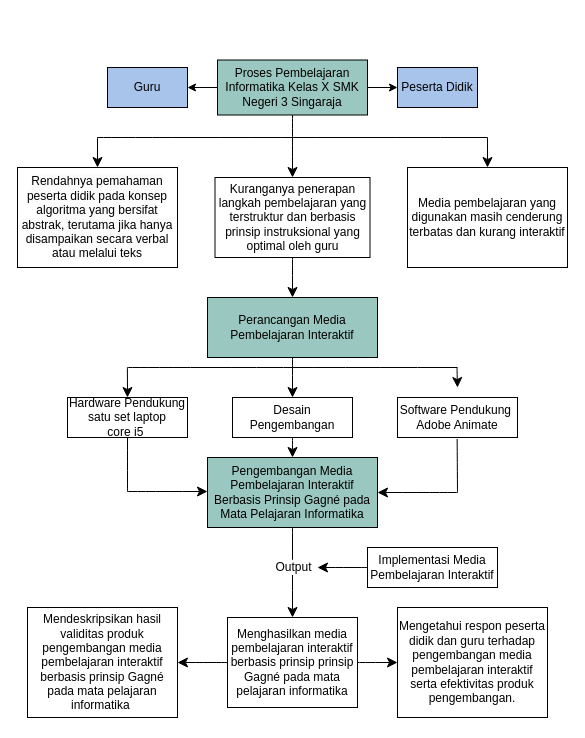
The draw.io diagram Untitled Diagram.drawio in ayutresna/ayutresna.github.io, before the edit. Source tidied: cells renumbered, new cells numbered last; positions are measured from the earlier drawing's top-left corner, leaving out a move shared by most shapes. Both pictures are drawn from the tidied source at 100%, with x=0, y=0 at pixel (17, 59).
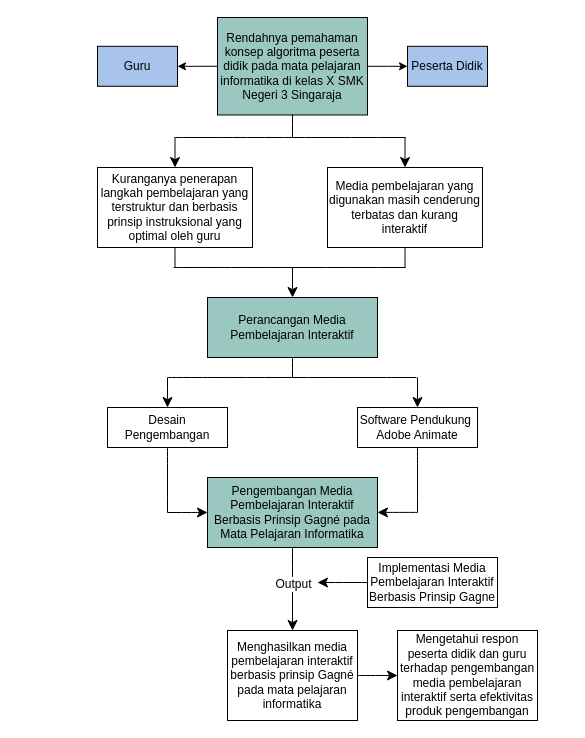
Above is the later version.

The change refers to these unchanged cells:
```xml
<mxCell id="17" value="Perancangan Media Pembelajaran Interaktif" style="rounded=0;whiteSpace=wrap;html=1;fillColor=#9AC7BF;" parent="1" vertex="1">
  <mxGeometry x="190" y="238" width="170" height="60" as="geometry" />
</mxCell>
```

Change to the diagram source:
```diff
@@
     <mxCell id="2" value="Guru" style="rounded=0;whiteSpace=wrap;html=1;glass=0;fillColor=#A9C4EB;" parent="1" vertex="1">
-      <mxGeometry x="90" y="8" width="80" height="40" as="geometry" />
+      <mxGeometry x="80" y="-13.2" width="80" height="40" as="geometry" />
     </mxCell>
@@
-    <mxCell id="5" style="edgeStyle=none;curved=1;rounded=0;jettySize=auto;html=1;entryX=0.5;entryY=0;entryDx=0;entryDy=0;fontSize=12;startSize=8;endSize=8;" parent="1" edge="1" source="6" target="10">
-      <mxGeometry relative="1" as="geometry" />
-    </mxCell>
-    <mxCell id="6" value="Proses Pembelajaran Informatika Kelas X SMK Negeri 3 Singaraja" style="rounded=0;whiteSpace=wrap;html=1;fillColor=#9AC7BF;" parent="1" vertex="1">
-      <mxGeometry x="200" y="0.5" width="150" height="55" as="geometry" />
+    <mxCell id="6" value="Rendahnya pemahaman konsep algoritma peserta didik pada mata pelajaran informatika di kelas X SMK Negeri 3 Singaraja" style="rounded=0;whiteSpace=wrap;html=1;fillColor=#9AC7BF;" parent="1" vertex="1">
+      <mxGeometry x="200" y="-42" width="150" height="97.5" as="geometry" />
     </mxCell>
     <mxCell id="7" value="Peserta Didik" style="rounded=0;whiteSpace=wrap;html=1;gradientColor=none;gradientDirection=east;fillStyle=auto;fillColor=#A9C4EB;" parent="1" vertex="1">
-      <mxGeometry x="380" y="8" width="80" height="40" as="geometry" />
+      <mxGeometry x="390" y="-13.2" width="80" height="40" as="geometry" />
     </mxCell>
-    <mxCell id="8" value="&lt;span style=&quot;color: rgb(0, 0, 0); font-family: Helvetica; font-size: 12px; font-style: normal; font-variant-ligatures: normal; font-variant-caps: normal; font-weight: 400; letter-spacing: normal; orphans: 2; text-align: center; text-indent: 0px; text-transform: none; widows: 2; word-spacing: 0px; -webkit-text-stroke-width: 0px; white-space: normal; background-color: rgb(251, 251, 251); text-decoration-thickness: initial; text-decoration-style: initial; text-decoration-color: initial; display: inline !important; float: none;&quot;&gt;Rendahnya pemahaman peserta didik pada konsep algoritma yang bersifat abstrak, terutama jika hanya disampaikan secara verbal atau melalui teks&lt;/span&gt;" style="rounded=0;whiteSpace=wrap;html=1;" parent="1" vertex="1">
-      <mxGeometry y="108" width="160" height="100" as="geometry" />
-    </mxCell>
-    <mxCell id="9" style="edgeStyle=none;curved=1;rounded=0;jettySize=auto;html=1;fontSize=12;startSize=8;endSize=8;" parent="1" edge="1" source="10" target="17">
-      <mxGeometry relative="1" as="geometry" />
-    </mxCell>
+    <mxCell id="39" style="edgeStyle=none;curved=1;rounded=0;jettySize=auto;html=1;fontSize=12;startSize=8;endSize=8;endArrow=none;endFill=0;startArrow=classic;startFill=1;" parent="1" edge="1" source="10">
+      <mxGeometry relative="1" as="geometry">
+        <mxPoint x="157.5" y="78" as="targetPoint" />
+      </mxGeometry>
+    </mxCell>
+    <mxCell id="40" style="edgeStyle=none;curved=1;rounded=0;jettySize=auto;html=1;fontSize=12;startSize=8;endSize=8;endArrow=none;endFill=0;" parent="1" edge="1" source="10">
+      <mxGeometry relative="1" as="geometry">
+        <mxPoint x="157.5" y="208" as="targetPoint" />
+      </mxGeometry>
+    </mxCell>
     <mxCell id="10" value="&lt;div&gt;Kuranganya penerapan langkah&amp;nbsp;&lt;span style=&quot;background-color: initial;&quot;&gt;pembelajaran yang terstruktur dan berbasis prinsip&amp;nbsp;&lt;/span&gt;&lt;span style=&quot;background-color: initial;&quot;&gt;instruksional yang optimal oleh guru&lt;/span&gt;&lt;/div&gt;" style="rounded=0;whiteSpace=wrap;html=1;" parent="1" vertex="1">
-      <mxGeometry x="197.5" y="118" width="155" height="80" as="geometry" />
+      <mxGeometry x="80" y="108" width="155" height="80" as="geometry" />
     </mxCell>
+    <mxCell id="41" style="edgeStyle=none;curved=1;rounded=0;jettySize=auto;html=1;fontSize=12;startSize=8;endSize=8;endArrow=none;endFill=0;startArrow=classic;startFill=1;" parent="1" edge="1" source="11">
+      <mxGeometry relative="1" as="geometry">
+        <mxPoint x="387.5" y="78" as="targetPoint" />
+      </mxGeometry>
+    </mxCell>
+    <mxCell id="42" style="edgeStyle=none;curved=1;rounded=0;jettySize=auto;html=1;fontSize=12;startSize=8;endSize=8;endArrow=none;endFill=0;" parent="1" edge="1" source="11">
+      <mxGeometry relative="1" as="geometry">
+        <mxPoint x="387.5" y="208" as="targetPoint" />
+      </mxGeometry>
+    </mxCell>
     <mxCell id="11" value="Media pembelajaran yang digunakan masih cenderung terbatas dan kurang interaktif" style="rounded=0;whiteSpace=wrap;html=1;" parent="1" vertex="1">
-      <mxGeometry x="390" y="108" width="160" height="100" as="geometry" />
+      <mxGeometry x="310" y="108" width="155" height="80" as="geometry" />
     </mxCell>
@@
     <mxCell id="13" style="endArrow=none;html=1;rounded=0;fontSize=12;startSize=8;endSize=8;curved=1;" parent="1" edge="1">
       <mxGeometry relative="1" as="geometry">
-        <mxPoint x="80" y="78" as="sourcePoint" />
-        <mxPoint x="470" y="78" as="targetPoint" />
+        <mxPoint x="157" y="78" as="sourcePoint" />
+        <mxPoint x="388" y="78" as="targetPoint" />
       </mxGeometry>
     </mxCell>
-    <mxCell id="14" style="endArrow=classic;html=1;rounded=0;fontSize=12;startSize=8;endSize=8;curved=1;entryX=0.5;entryY=0;entryDx=0;entryDy=0;" parent="1" edge="1" target="8">
-      <mxGeometry relative="1" as="geometry">
-        <mxPoint x="80" y="78" as="sourcePoint" />
-      </mxGeometry>
-    </mxCell>
-    <mxCell id="15" style="endArrow=classic;html=1;rounded=0;fontSize=12;startSize=8;endSize=8;curved=1;entryX=0.5;entryY=0;entryDx=0;entryDy=0;" parent="1" edge="1" target="11">
-      <mxGeometry relative="1" as="geometry">
-        <mxPoint x="470" y="78" as="sourcePoint" />
-      </mxGeometry>
-    </mxCell>
-    <mxCell id="16" style="edgeStyle=none;curved=1;rounded=0;jettySize=auto;html=1;entryX=0.5;entryY=0;entryDx=0;entryDy=0;fontSize=12;startSize=8;endSize=8;" parent="1" edge="1" source="17" target="20">
-      <mxGeometry relative="1" as="geometry" />
-    </mxCell>
+    <mxCell id="43" style="edgeStyle=none;curved=1;rounded=0;jettySize=auto;html=1;fontSize=12;startSize=8;endSize=8;startArrow=classic;startFill=1;endArrow=none;endFill=0;" parent="1" edge="1" source="17">
+      <mxGeometry relative="1" as="geometry">
+        <mxPoint x="275" y="208" as="targetPoint" />
+      </mxGeometry>
+    </mxCell>
+    <mxCell id="44" style="edgeStyle=none;curved=1;rounded=0;jettySize=auto;html=1;fontSize=12;startSize=8;endSize=8;endArrow=none;endFill=0;" parent="1" edge="1" source="17">
+      <mxGeometry relative="1" as="geometry">
+        <mxPoint x="275" y="318" as="targetPoint" />
+      </mxGeometry>
+    </mxCell>
@@
+    <mxCell id="45" style="edgeStyle=none;curved=1;rounded=0;jettySize=auto;html=1;fontSize=12;startSize=8;endSize=8;startArrow=classic;startFill=1;endArrow=none;endFill=0;" parent="1" edge="1" source="18">
+      <mxGeometry relative="1" as="geometry">
+        <mxPoint x="150" y="318" as="targetPoint" />
+      </mxGeometry>
+    </mxCell>
+    <mxCell id="46" style="edgeStyle=none;curved=1;rounded=0;jettySize=auto;html=1;fontSize=12;startSize=8;endSize=8;endArrow=none;endFill=0;" parent="1" edge="1" source="18">
+      <mxGeometry relative="1" as="geometry">
+        <mxPoint x="150" y="453" as="targetPoint" />
+      </mxGeometry>
+    </mxCell>
-    <mxCell id="18" value="Hardware Pendukung satu set laptop&lt;div&gt;core i5&amp;nbsp;&lt;/div&gt;" style="rounded=0;whiteSpace=wrap;html=1;" parent="1" vertex="1">
-      <mxGeometry x="50" y="338" width="120" height="40" as="geometry" />
+    <mxCell id="18" value="Desain Pengembangan" style="rounded=0;whiteSpace=wrap;html=1;" parent="1" vertex="1">
+      <mxGeometry x="90" y="348" width="120" height="40" as="geometry" />
     </mxCell>
-    <mxCell id="19" style="edgeStyle=none;curved=1;rounded=0;jettySize=auto;html=1;entryX=0.5;entryY=0;entryDx=0;entryDy=0;fontSize=12;startSize=8;endSize=8;" parent="1" edge="1" source="20" target="24">
-      <mxGeometry relative="1" as="geometry" />
-    </mxCell>
-    <mxCell id="20" value="Desain Pengembangan" style="rounded=0;whiteSpace=wrap;html=1;" parent="1" vertex="1">
-      <mxGeometry x="215" y="338" width="120" height="40" as="geometry" />
-    </mxCell>
+    <mxCell id="47" style="edgeStyle=none;curved=1;rounded=0;jettySize=auto;html=1;fontSize=12;startSize=8;endSize=8;startArrow=classic;startFill=1;endArrow=none;endFill=0;" parent="1" edge="1" source="21">
+      <mxGeometry relative="1" as="geometry">
+        <mxPoint x="400" y="318" as="targetPoint" />
+      </mxGeometry>
+    </mxCell>
+    <mxCell id="48" style="edgeStyle=none;curved=1;rounded=0;jettySize=auto;html=1;fontSize=12;startSize=8;endSize=8;endArrow=none;endFill=0;" parent="1" edge="1" source="21">
+      <mxGeometry relative="1" as="geometry">
+        <mxPoint x="400" y="453" as="targetPoint" />
+      </mxGeometry>
+    </mxCell>
     <mxCell id="21" value="Software Pendukung&amp;nbsp;&lt;div&gt;Adobe Animate&lt;/div&gt;" style="rounded=0;whiteSpace=wrap;html=1;" parent="1" vertex="1">
-      <mxGeometry x="380" y="338" width="120" height="40" as="geometry" />
+      <mxGeometry x="340" y="348" width="120" height="40" as="geometry" />
     </mxCell>
@@
+    <mxCell id="49" style="edgeStyle=none;curved=1;rounded=0;jettySize=auto;html=1;fontSize=12;startSize=8;endSize=8;endArrow=none;endFill=0;startArrow=classic;startFill=1;" parent="1" edge="1" source="24">
+      <mxGeometry relative="1" as="geometry">
+        <mxPoint x="150" y="453" as="targetPoint" />
+      </mxGeometry>
+    </mxCell>
     <mxCell id="24" value="Pengembangan Media Pembelajaran Interaktif Berbasis Prinsip&amp;nbsp;Gagné pada Mata Pelajaran Informatika" style="rounded=0;whiteSpace=wrap;html=1;fillColor=#9AC7BF;" parent="1" vertex="1">
-      <mxGeometry x="190" y="398" width="170" height="70" as="geometry" />
+      <mxGeometry x="190" y="418" width="170" height="70" as="geometry" />
     </mxCell>
-    <mxCell id="25" style="edgeStyle=none;curved=1;rounded=0;jettySize=auto;html=1;entryX=0;entryY=0.5;entryDx=0;entryDy=0;fontSize=12;startSize=8;endSize=8;" parent="1" edge="1" source="27" target="28">
-      <mxGeometry relative="1" as="geometry" />
-    </mxCell>
-    <mxCell id="26" style="edgeStyle=none;curved=1;rounded=0;jettySize=auto;html=1;fontSize=12;startSize=8;endSize=8;" parent="1" edge="1" source="27" target="29">
-      <mxGeometry relative="1" as="geometry" />
-    </mxCell>
+    <mxCell id="50" style="edgeStyle=none;curved=1;rounded=0;jettySize=auto;html=1;entryX=0;entryY=0.5;entryDx=0;entryDy=0;fontSize=12;startSize=8;endSize=8;" parent="1" edge="1" source="27" target="54">
+      <mxGeometry relative="1" as="geometry" />
+    </mxCell>
-    <mxCell id="27" value="Menghasilkan media pembelajaran interaktif berbasis prinsip prinsip Gagné pada mata pelajaran informatika" style="rounded=0;whiteSpace=wrap;html=1;" parent="1" vertex="1">
-      <mxGeometry x="210" y="558" width="130" height="90" as="geometry" />
+    <mxCell id="27" value="Menghasilkan media pembelajaran interaktif berbasis prinsip Gagné pada mata pelajaran informatika" style="rounded=0;whiteSpace=wrap;html=1;" parent="1" vertex="1">
+      <mxGeometry x="210" y="571" width="130" height="90" as="geometry" />
     </mxCell>
-    <mxCell id="28" value="Mengetahui respon peserta didik dan guru terhadap pengembangan media pembelajaran interaktif serta efektivitas produk pengembangan." style="rounded=0;whiteSpace=wrap;html=1;" parent="1" vertex="1">
-      <mxGeometry x="380" y="548" width="150" height="110" as="geometry" />
-    </mxCell>
-    <mxCell id="29" value="Mendeskripsikan hasil validitas produk pengembangan media pembelajaran interaktif berbasis prinsip Gagné pada mata pelajaran informatika&amp;nbsp;" style="rounded=0;whiteSpace=wrap;html=1;" parent="1" vertex="1">
-      <mxGeometry x="10" y="548" width="150" height="110" as="geometry" />
-    </mxCell>
     <mxCell id="30" style="endArrow=none;html=1;rounded=0;fontSize=12;startSize=8;endSize=8;curved=1;" parent="1" edge="1">
       <mxGeometry relative="1" as="geometry">
-        <mxPoint x="110" y="308" as="sourcePoint" />
-        <mxPoint x="440" y="308" as="targetPoint" />
+        <mxPoint x="150" y="318" as="sourcePoint" />
+        <mxPoint x="399" y="318" as="targetPoint" />
       </mxGeometry>
     </mxCell>
-    <mxCell id="31" style="endArrow=classic;html=1;rounded=0;fontSize=12;startSize=8;endSize=8;curved=1;entryX=0.5;entryY=0;entryDx=0;entryDy=0;" parent="1" edge="1" target="18">
-      <mxGeometry relative="1" as="geometry">
-        <mxPoint x="109.9" y="308" as="sourcePoint" />
-      </mxGeometry>
-    </mxCell>
-    <mxCell id="32" style="endArrow=classic;html=1;rounded=0;fontSize=12;startSize=8;endSize=8;curved=1;" parent="1" edge="1">
-      <mxGeometry relative="1" as="geometry">
-        <mxPoint x="439.5" y="308" as="sourcePoint" />
-        <mxPoint x="440" y="328" as="targetPoint" />
-      </mxGeometry>
-    </mxCell>
     <mxCell id="33" style="edgeStyle=none;curved=1;rounded=0;jettySize=auto;html=1;fontSize=12;startSize=8;endSize=8;" parent="1" edge="1" source="34">
       <mxGeometry relative="1" as="geometry">
-        <mxPoint x="300" y="508" as="targetPoint" />
+        <mxPoint x="300" y="523" as="targetPoint" />
       </mxGeometry>
     </mxCell>
-    <mxCell id="34" value="Implementasi Media Pembelajaran Interaktif" style="rounded=0;whiteSpace=wrap;html=1;" parent="1" vertex="1">
-      <mxGeometry x="350" y="488" width="130" height="40" as="geometry" />
+    <mxCell id="34" value="Implementasi Media Pembelajaran Interaktif Berbasis Prinsip Gagne" style="rounded=0;whiteSpace=wrap;html=1;" parent="1" vertex="1">
+      <mxGeometry x="350" y="498" width="130" height="50" as="geometry" />
     </mxCell>
-    <mxCell id="35" style="endArrow=none;html=1;rounded=0;fontSize=12;startSize=8;endSize=8;curved=1;entryX=0.497;entryY=1.036;entryDx=0;entryDy=0;entryPerimeter=0;" parent="1" edge="1" target="21">
-      <mxGeometry relative="1" as="geometry">
-        <mxPoint x="440" y="433" as="sourcePoint" />
-      </mxGeometry>
-    </mxCell>
-    <mxCell id="36" style="endArrow=classic;html=1;rounded=0;fontSize=12;startSize=8;endSize=8;curved=1;entryX=1;entryY=0.5;entryDx=0;entryDy=0;" parent="1" edge="1" target="24">
-      <mxGeometry relative="1" as="geometry">
-        <mxPoint x="440" y="433" as="sourcePoint" />
-      </mxGeometry>
-    </mxCell>
-    <mxCell id="37" style="endArrow=none;html=1;rounded=0;fontSize=12;startSize=8;endSize=8;curved=1;" parent="1" edge="1">
-      <mxGeometry relative="1" as="geometry">
-        <mxPoint x="110" y="432" as="sourcePoint" />
-        <mxPoint x="110" y="378" as="targetPoint" />
-      </mxGeometry>
-    </mxCell>
-    <mxCell id="38" style="endArrow=classic;html=1;rounded=0;fontSize=12;startSize=8;endSize=8;curved=1;entryX=1;entryY=0.5;entryDx=0;entryDy=0;" parent="1" edge="1">
-      <mxGeometry relative="1" as="geometry">
-        <mxPoint x="110" y="432" as="sourcePoint" />
-        <mxPoint x="190" y="432" as="targetPoint" />
-      </mxGeometry>
-    </mxCell>
+    <mxCell id="51" style="endArrow=none;html=1;rounded=0;fontSize=12;startSize=8;endSize=8;curved=1;" parent="1" edge="1">
+      <mxGeometry relative="1" as="geometry">
+        <mxPoint x="275" y="78" as="sourcePoint" />
+        <mxPoint x="275" y="55" as="targetPoint" />
+      </mxGeometry>
+    </mxCell>
+    <mxCell id="52" style="endArrow=none;html=1;rounded=0;fontSize=12;startSize=8;endSize=8;curved=1;" parent="1" edge="1">
+      <mxGeometry relative="1" as="geometry">
+        <mxPoint x="156" y="208" as="sourcePoint" />
+        <mxPoint x="388" y="208" as="targetPoint" />
+      </mxGeometry>
+    </mxCell>
+    <mxCell id="53" style="edgeStyle=none;curved=1;rounded=0;orthogonalLoop=1;jettySize=auto;html=1;fontSize=12;startSize=8;endSize=8;endArrow=classic;endFill=1;startArrow=none;startFill=0;" parent="1" edge="1">
+      <mxGeometry relative="1" as="geometry">
+        <mxPoint x="400" y="452.9" as="sourcePoint" />
+        <mxPoint x="360" y="452.9" as="targetPoint" />
+      </mxGeometry>
+    </mxCell>
+    <mxCell id="54" value="Mengetahui respon peserta didik dan guru terhadap pengembangan media pembelajaran interaktif serta efektivitas produk pengembangan" style="rounded=0;whiteSpace=wrap;html=1;" parent="1" vertex="1">
+      <mxGeometry x="380" y="571" width="140" height="90" as="geometry" />
+    </mxCell>
```
